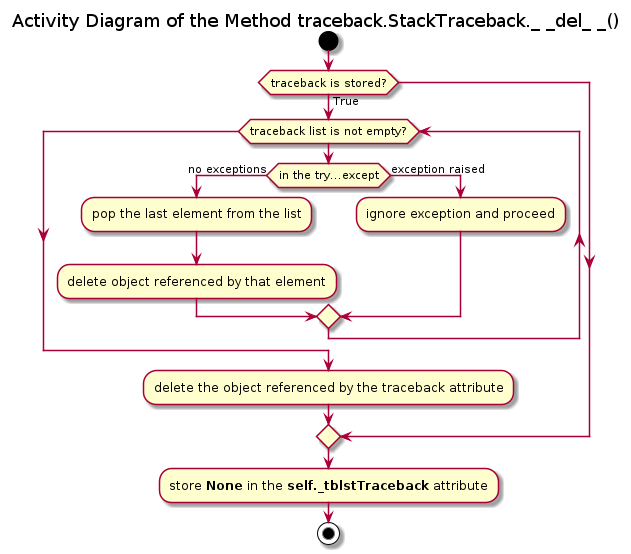
Earlier version of the PlantUML export Documentation/UML/traceback/traceback_stacktraceback_del.png (FooBarShebang/introspection_lib). Source of this version:
```plantuml
@startuml traceback_stacktraceback_del

title Activity Diagram of the Method traceback.StackTraceback._ _del_ _()

start

if (traceback is stored?) then (True)
    while (traceback list is not empty?)
        if (in the try...except) then (no exceptions)
            :pop the last element from the list;

            :delete object referenced by that element;
        else (exception raised)
            :ignore exception and proceed;
        endif
    end while

    :delete the object referenced by the traceback attribute;
endif

:store <b>None</b> in the <b>self._tblstTraceback</b> attribute;

stop

@enduml
```
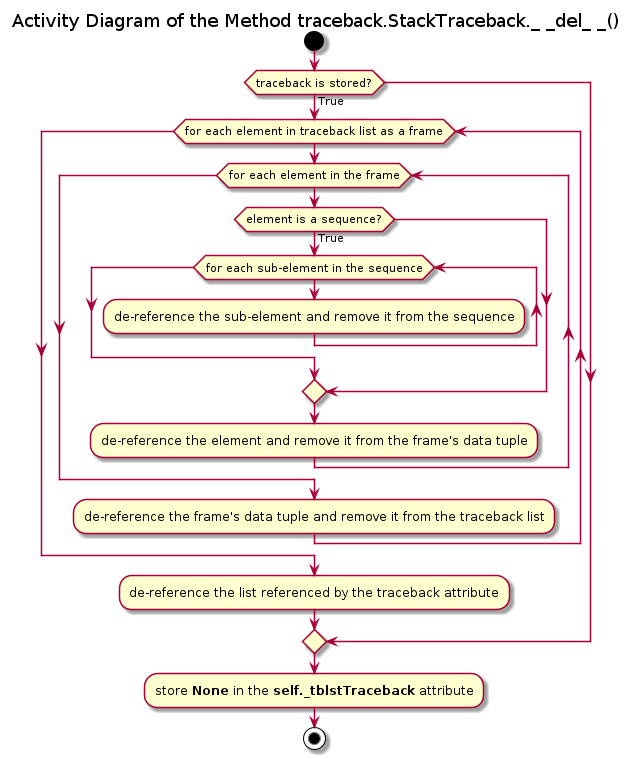
The same diagram one commit later.

Change to the diagram source:
```diff
@@ -5,17 +5,21 @@
 start
 
 if (traceback is stored?) then (True)
-    while (traceback list is not empty?)
-        if (in the try...except) then (no exceptions)
-            :pop the last element from the list;
+    while (for each element in traceback list as a frame)
+        while (for each element in the frame)
+            if (element is a sequence?) then (True)
+                while (for each sub-element in the sequence)
+                    :de-reference the sub-element and remove it from the sequence;
+                end while
+            endif
 
-            :delete object referenced by that element;
-        else (exception raised)
-            :ignore exception and proceed;
-        endif
+            :de-reference the element and remove it from the frame's data tuple;
+        end while
+
+        :de-reference the frame's data tuple and remove it from the traceback list;
     end while
 
-    :delete the object referenced by the traceback attribute;
+    :de-reference the list referenced by the traceback attribute;
 endif
 
 :store <b>None</b> in the <b>self._tblstTraceback</b> attribute;
```
